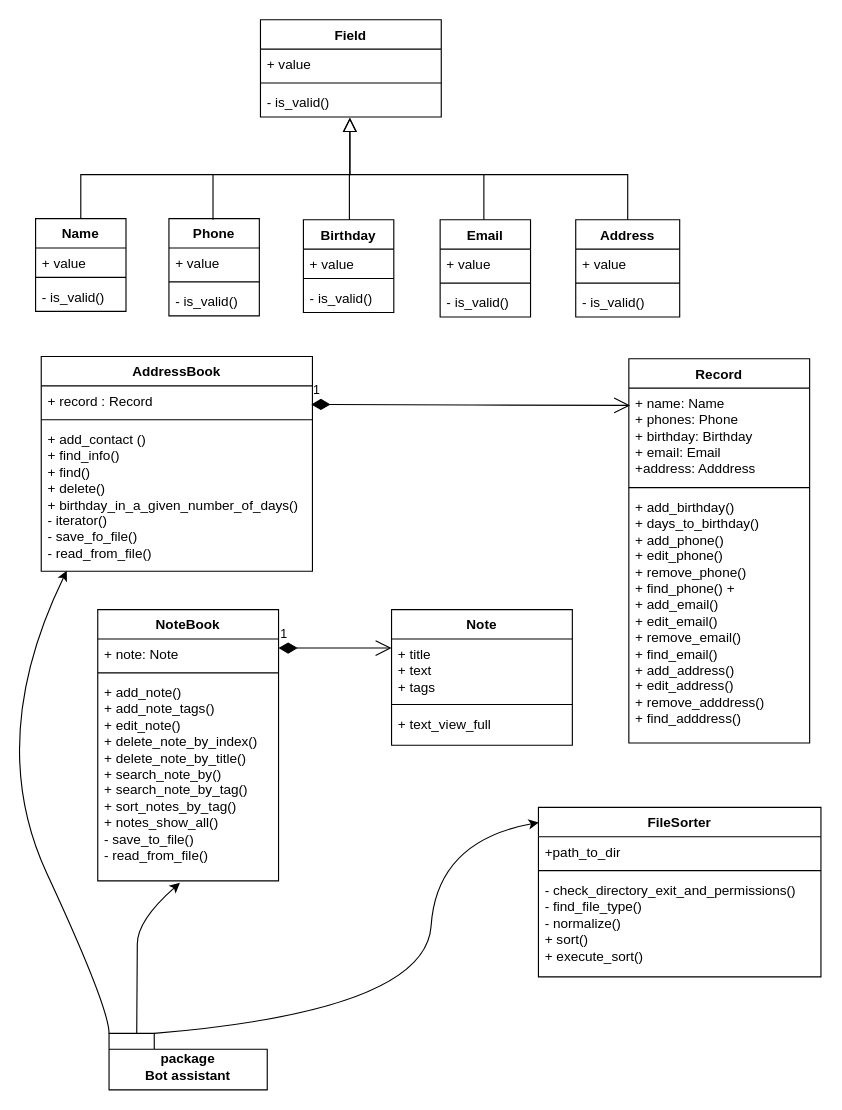
YaroslavaSegal/First_repo keeps this draw.io diagram as Homework1.drawio. Above is the earlier version. Source tidied: cells renumbered, new cells numbered last; positions are measured from the earlier drawing's top-left corner, leaving out a move shared by most shapes. Both pictures are drawn from the tidied source at 113%, with x=0, y=0 at pixel (-16, 19).
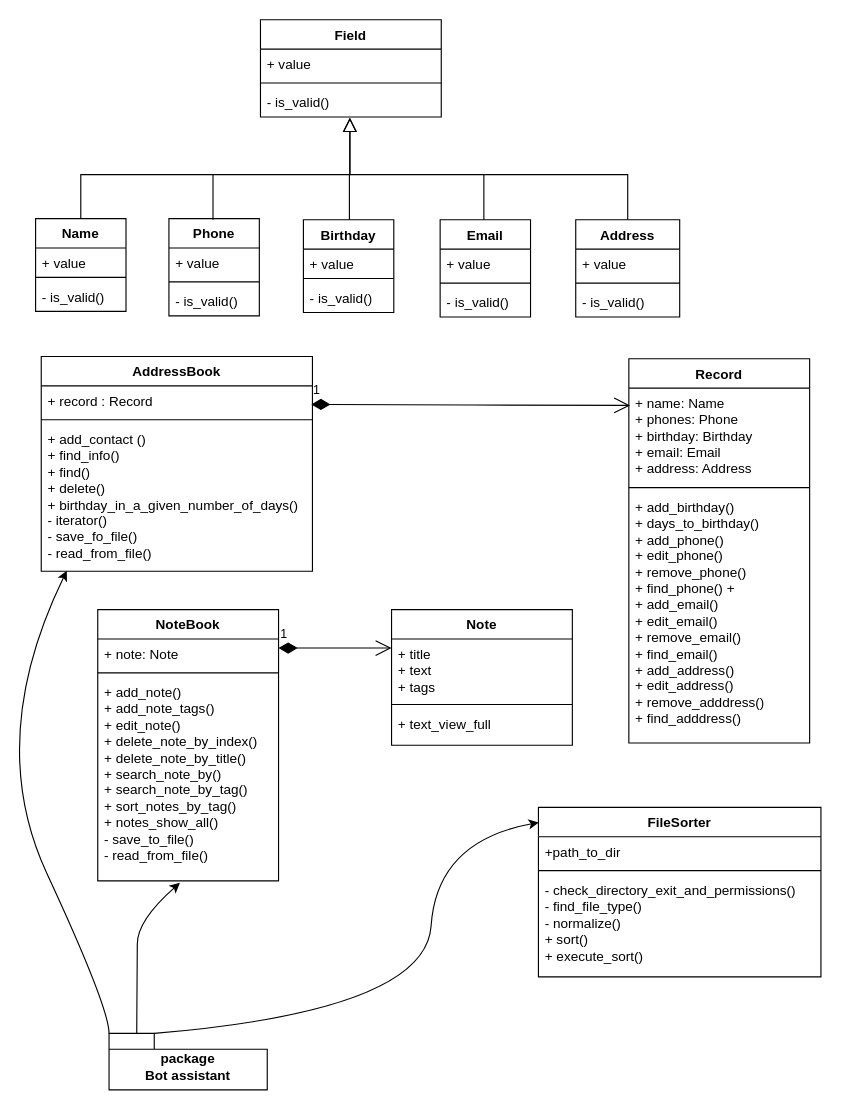
The same diagram, later.

Unchanged cells that the change refers to:
```xml
<mxCell id="35" value="Record" style="swimlane;fontStyle=1;align=center;verticalAlign=top;horizontal=1;startSize=26;whiteSpace=wrap;html=1;" parent="1" vertex="1">
  <mxGeometry x="570" y="300" width="160" height="340" as="geometry" />
</mxCell>
```

Diff of the diagram source:
```diff
@@
-    <mxCell id="36" value="+ name: Name&lt;div&gt;+ phones: Phone&lt;/div&gt;&lt;div&gt;+ birthday: Birthday&lt;/div&gt;&lt;div&gt;+ email: Email&lt;/div&gt;&lt;div&gt;+address: Adddress&lt;/div&gt;" style="text;strokeColor=none;fillColor=none;align=left;verticalAlign=top;spacingLeft=4;spacingRight=4;overflow=hidden;points=[[0,0.5],[1,0.5]];portConstraint=eastwest;whiteSpace=wrap;html=1;" parent="35" vertex="1">
+    <mxCell id="36" value="+ name: Name&lt;div&gt;+ phones: Phone&lt;/div&gt;&lt;div&gt;+ birthday: Birthday&lt;/div&gt;&lt;div&gt;+ email: Email&lt;/div&gt;&lt;div&gt;+ address: Address&lt;/div&gt;" style="text;strokeColor=none;fillColor=none;align=left;verticalAlign=top;spacingLeft=4;spacingRight=4;overflow=hidden;points=[[0,0.5],[1,0.5]];portConstraint=eastwest;whiteSpace=wrap;html=1;" parent="35" vertex="1">
       <mxGeometry y="26" width="160" height="84" as="geometry" />
     </mxCell>
```
